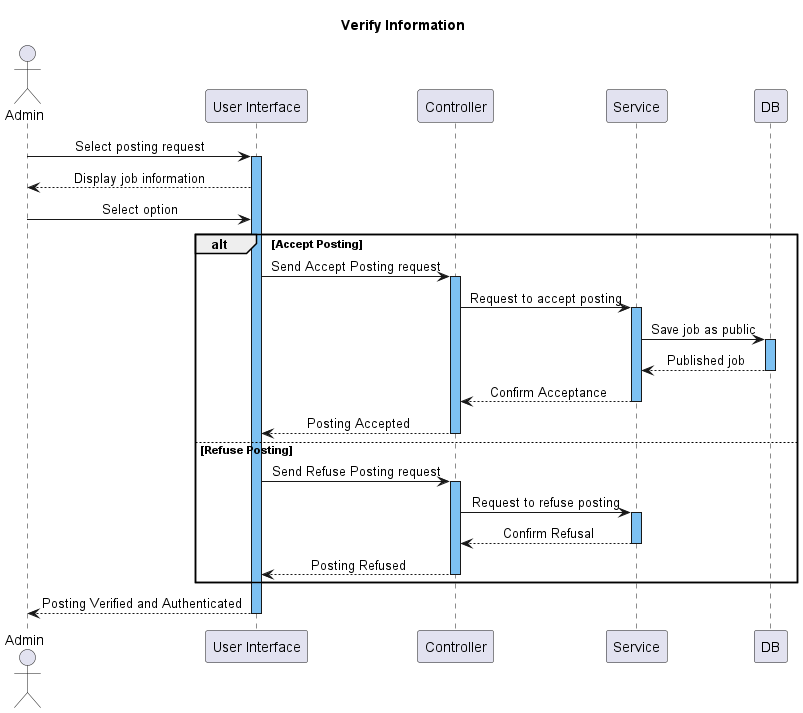
Earlier version of the PlantUML export Lab1/Lab 1.2/Sequence Diagrams/Admin/VerifyInformation.png (nguyentanhueqn123/SE357.O12.PMCL.1). Its diagram source:
```plantuml
@startuml
title Verify Information
skinparam SequenceMessageAlignment center
!$b = "#7DC1F2"

actor Admin
participant "User Interface" as UI
participant Controller
participant  Service
participant DB


Admin -> UI: Select posting request
activate UI $b
UI --> Admin: Display job information
Admin -> UI: Select option



alt Accept Posting
  UI -> Controller: Send Accept Posting request
  activate Controller $b
  Controller -> Service: Request to accept posting
  activate Service $b
  Service -> DB: Save job as public
  activate DB $b
  DB --> Service: Published job
  deactivate DB


  Service --> Controller: Confirm Acceptance
  deactivate Service
  Controller --> UI: Posting Accepted
  deactivate Controller
else Refuse Posting
  UI -> Controller: Send Refuse Posting request
  activate Controller $b
  Controller -> Service: Request to refuse posting
  activate Service $b

  Service --> Controller: Confirm Refusal
  deactivate Service
  Controller --> UI: Posting Refused
  deactivate Controller
end

UI --> Admin: Posting Verified and Authenticated
deactivate UI
@enduml
```
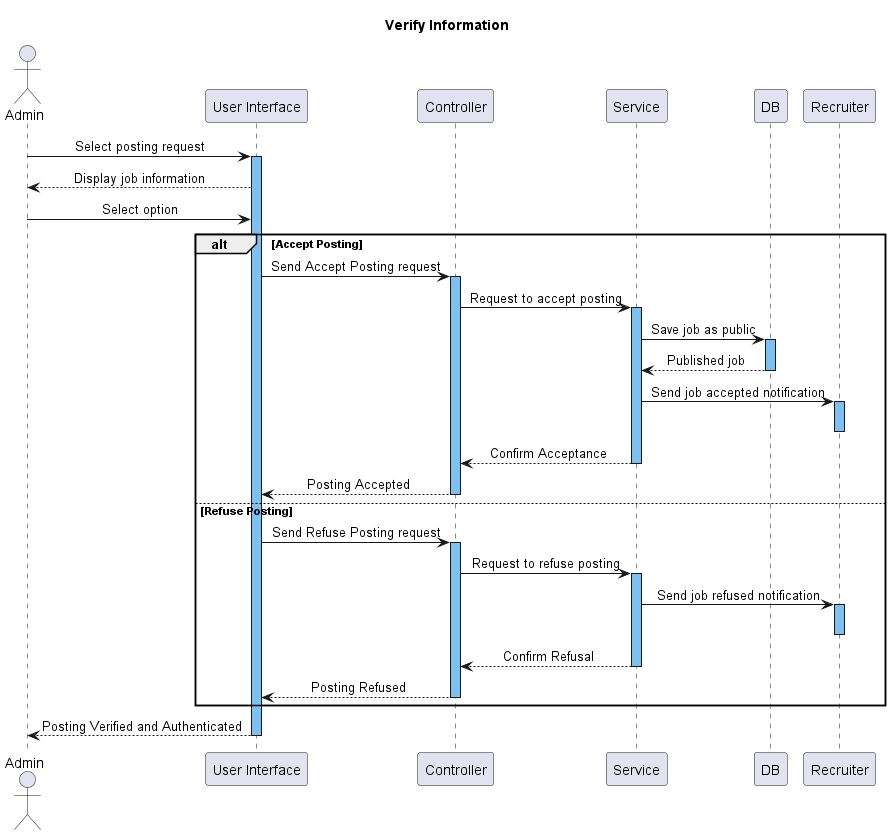
Later version of the same file.

Commit message:
Update VerifyInformation (Sequence)

What changed in the source:
```diff
@@ -26,7 +26,9 @@
   activate DB $b
   DB --> Service: Published job
   deactivate DB
-
+  Service -> "Recruiter" : Send job accepted notification
+  activate "Recruiter" $b
+  deactivate "Recruiter"
 
   Service --> Controller: Confirm Acceptance
   deactivate Service
@@ -37,6 +39,9 @@
   activate Controller $b
   Controller -> Service: Request to refuse posting
   activate Service $b
+    Service -> "Recruiter" : Send job refused notification
+    activate "Recruiter" $b
+    deactivate "Recruiter"
 
   Service --> Controller: Confirm Refusal
   deactivate Service
```
